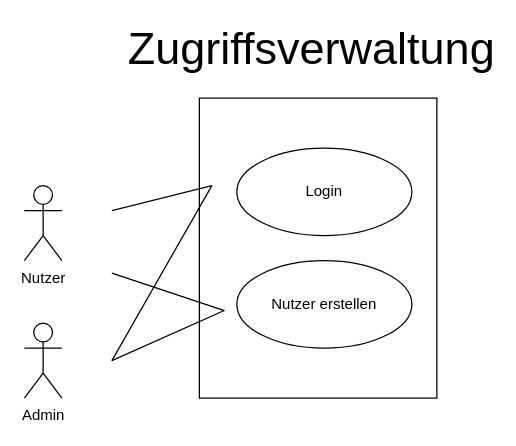
The draw.io diagram Zugriffsverwaltung/useCase_Zugriffsverwaltung.drawio in Lektro9/Verwaltungstool, before the edit. Source tidied: cells renumbered, new cells numbered last; positions are measured from the earlier drawing's top-left corner, leaving out a move shared by most shapes. Both pictures are drawn from the tidied source at 125%, with x=0, y=0 at pixel (24, 35).
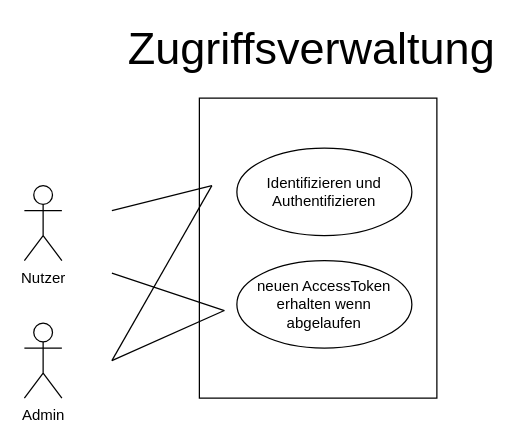
After the change.

The edit, as a diff of the source:
```diff
@@
 <mxGraphModel>
   <root>
     <mxCell id="0" />
     <mxCell id="1" parent="0" />
     <mxCell id="2" style="rounded=0;whiteSpace=wrap;html=1;fillColor=none;" parent="1" vertex="1">
       <mxGeometry x="140" y="50" width="190" height="240" as="geometry" />
     </mxCell>
-    <mxCell id="3" value="Login" style="ellipse;whiteSpace=wrap;html=1;" parent="1" vertex="1">
+    <mxCell id="3" value="Identifizieren und Authentifizieren" style="ellipse;whiteSpace=wrap;html=1;" parent="1" vertex="1">
       <mxGeometry x="170" y="90" width="140" height="70" as="geometry" />
     </mxCell>
-    <mxCell id="4" value="Nutzer erstellen" style="ellipse;whiteSpace=wrap;html=1;" parent="1" vertex="1">
+    <mxCell id="4" value="neuen AccessToken erhalten wenn abgelaufen" style="ellipse;whiteSpace=wrap;html=1;" parent="1" vertex="1">
       <mxGeometry x="170" y="180" width="140" height="70" as="geometry" />
     </mxCell>
     <mxCell id="5" value="&lt;div&gt;Admin&lt;/div&gt;" style="shape=umlActor;verticalLabelPosition=bottom;verticalAlign=top;html=1;" parent="1" vertex="1">
       <mxGeometry y="230" width="30" height="60" as="geometry" />
     </mxCell>
     <mxCell id="6" style="endArrow=none;html=1;" parent="1" edge="1">
       <mxGeometry relative="1" as="geometry">
         <mxPoint x="70" y="140" as="sourcePoint" />
         <mxPoint x="150" y="120" as="targetPoint" />
       </mxGeometry>
     </mxCell>
     <mxCell id="7" style="endArrow=none;html=1;" parent="1" edge="1">
       <mxGeometry relative="1" as="geometry">
         <mxPoint x="70" y="190" as="sourcePoint" />
         <mxPoint x="160" y="220" as="targetPoint" />
       </mxGeometry>
     </mxCell>
     <mxCell id="8" value="&lt;font style=&quot;font-size: 36px&quot;&gt;Zugriffsverwaltung&lt;/font&gt;" style="text;html=1;strokeColor=none;fillColor=none;align=center;verticalAlign=middle;whiteSpace=wrap;rounded=0;" parent="1" vertex="1">
       <mxGeometry x="210" width="40" height="20" as="geometry" />
     </mxCell>
     <mxCell id="9" value="Nutzer" style="shape=umlActor;verticalLabelPosition=bottom;verticalAlign=top;html=1;" parent="1" vertex="1">
       <mxGeometry y="120" width="30" height="60" as="geometry" />
     </mxCell>
     <mxCell id="10" style="endArrow=none;html=1;" parent="1" edge="1">
       <mxGeometry relative="1" as="geometry">
         <mxPoint x="70" y="260" as="sourcePoint" />
         <mxPoint x="150" y="120" as="targetPoint" />
       </mxGeometry>
     </mxCell>
     <mxCell id="11" style="endArrow=none;html=1;entryX=0.105;entryY=0.708;entryDx=0;entryDy=0;entryPerimeter=0;" parent="1" edge="1" target="2">
       <mxGeometry relative="1" as="geometry">
         <mxPoint x="70" y="260" as="sourcePoint" />
       </mxGeometry>
     </mxCell>
   </root>
 </mxGraphModel>
```
